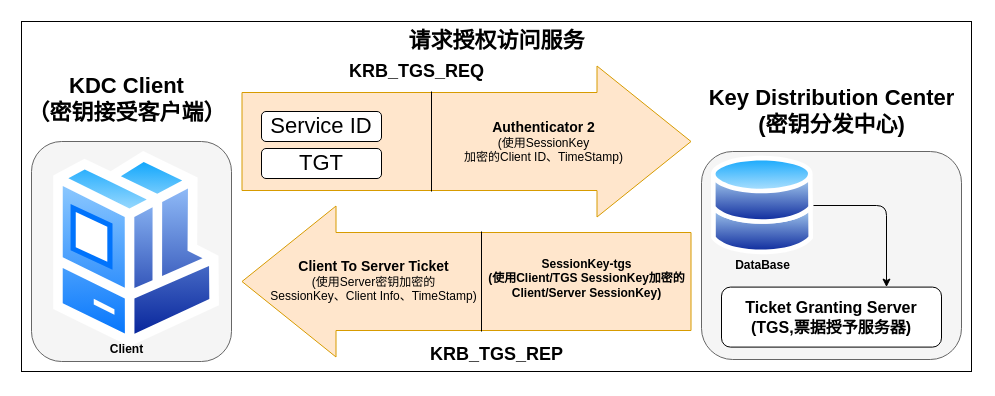
This is assets/img/Integrated/Windows/笔记/认证/10.drawio from ffffffff0x/1earn, a draw.io file, before an edit. Source tidied: cells renumbered, new cells numbered last; positions are measured from the earlier drawing's top-left corner, leaving out a move shared by most shapes. Both pictures are drawn from the tidied source at 100%, with x=0, y=0 at pixel (21, 21).
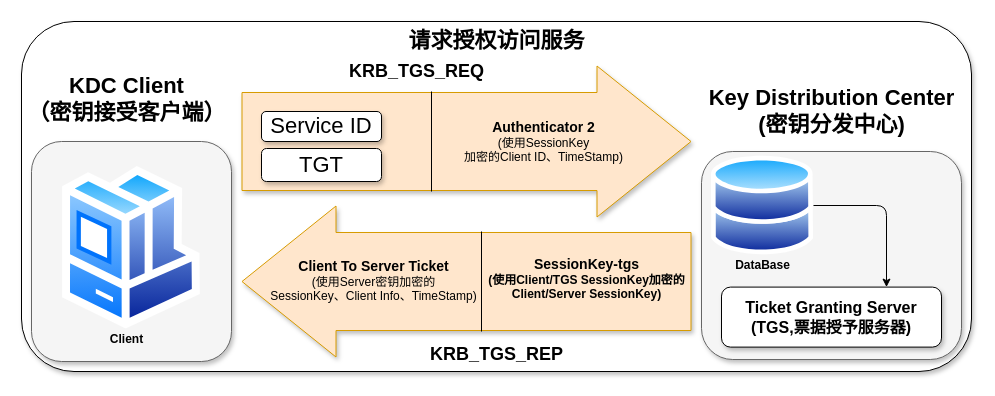
The same page after the edit.

Diff of the diagram source:
```diff
@@
-    <mxCell id="2" style="rounded=0;whiteSpace=wrap;html=1;" parent="1" vertex="1">
+    <mxCell id="2" style="rounded=1;whiteSpace=wrap;html=1;shadow=1;" parent="1" vertex="1">
       <mxGeometry width="950" height="350" as="geometry" />
     </mxCell>
-    <mxCell id="3" style="shape=flexArrow;endArrow=classic;html=1;fontSize=22;endWidth=52;endSize=31;width=98;fillColor=#ffe6cc;strokeColor=#d79b00;" parent="1" edge="1">
+    <mxCell id="3" style="shape=flexArrow;endArrow=classic;html=1;fontSize=22;endWidth=52;endSize=31;width=98;fillColor=#ffe6cc;strokeColor=#d79b00;shadow=1;" parent="1" edge="1">
       <mxGeometry relative="1" as="geometry">
         <mxPoint x="670" y="260" as="sourcePoint" />
         <mxPoint x="220" y="260" as="targetPoint" />
       </mxGeometry>
     </mxCell>
-    <mxCell id="4" style="shape=flexArrow;endArrow=classic;html=1;fontSize=22;endWidth=52;endSize=31;width=98;fillColor=#ffe6cc;strokeColor=#d79b00;" parent="1" edge="1">
+    <mxCell id="4" style="shape=flexArrow;endArrow=classic;html=1;fontSize=22;endWidth=52;endSize=31;width=98;fillColor=#ffe6cc;strokeColor=#d79b00;shadow=1;" parent="1" edge="1">
       <mxGeometry relative="1" as="geometry">
         <mxPoint x="220" y="120" as="sourcePoint" />
         <mxPoint x="670" y="120" as="targetPoint" />
       </mxGeometry>
     </mxCell>
-    <mxCell id="5" style="rounded=1;whiteSpace=wrap;html=1;fontSize=22;fillColor=#f5f5f5;strokeColor=#666666;fontColor=#333333;" parent="1" vertex="1">
+    <mxCell id="5" style="rounded=1;whiteSpace=wrap;html=1;fontSize=22;fillColor=#f5f5f5;strokeColor=#666666;fontColor=#333333;shadow=1;" parent="1" vertex="1">
       <mxGeometry x="680" y="130" width="260" height="208" as="geometry" />
     </mxCell>
-    <mxCell id="6" style="rounded=1;whiteSpace=wrap;html=1;fontSize=22;fillColor=#f5f5f5;strokeColor=#666666;fontColor=#333333;" parent="1" vertex="1">
+    <mxCell id="6" style="rounded=1;whiteSpace=wrap;html=1;fontSize=22;fillColor=#f5f5f5;strokeColor=#666666;fontColor=#333333;shadow=1;" parent="1" vertex="1">
       <mxGeometry x="10" y="120" width="200" height="220" as="geometry" />
     </mxCell>
     <mxCell id="7" style="perimeter=ellipsePerimeter;html=1;align=center;shadow=0;dashed=0;spacingTop=3;image;image=img/lib/active_directory/workstation_client.svg;" parent="1" vertex="1">
-      <mxGeometry x="31.9" y="130" width="166.3" height="195.6" as="geometry" />
+      <mxGeometry x="40.9" y="145" width="138.1" height="162.5" as="geometry" />
     </mxCell>
     <mxCell id="8" value="Client" style="text;html=1;align=center;verticalAlign=middle;fontStyle=1;" parent="1" vertex="1">
-      <mxGeometry x="80" y="318" width="50" height="20" as="geometry" />
+      <mxGeometry x="80" y="307.5" width="50" height="20" as="geometry" />
     </mxCell>
@@
-    <mxCell id="11" value="&lt;b&gt;&lt;font style=&quot;font-size: 14px&quot;&gt;Authenticator 2&lt;/font&gt;&lt;/b&gt;&lt;br&gt;(使用SessionKey&lt;br&gt;加密的Client ID、TimeStamp)" style="text;html=1;align=center;verticalAlign=middle;" parent="1" vertex="1">
+    <mxCell id="11" value="&lt;b&gt;&lt;font style=&quot;font-size: 14px&quot;&gt;Authenticator 2&lt;/font&gt;&lt;/b&gt;&lt;br&gt;(使用SessionKey&lt;br&gt;加密的Client ID、TimeStamp)" style="text;html=1;align=center;verticalAlign=middle;shadow=0;" parent="1" vertex="1">
       <mxGeometry x="437" y="95" width="170" height="50" as="geometry" />
     </mxCell>
-    <mxCell id="12" value="SessionKey-tgs&lt;br&gt;(使用Client/TGS SessionKey加密的&lt;br&gt;Client/Server SessionKey)" style="text;html=1;align=center;verticalAlign=middle;fontStyle=1;" parent="1" vertex="1">
+    <mxCell id="12" value="&lt;font style=&quot;font-size: 14px&quot;&gt;SessionKey-tgs&lt;/font&gt;&lt;br&gt;(使用Client/TGS SessionKey加密的&lt;br&gt;Client/Server SessionKey)" style="text;html=1;align=center;verticalAlign=middle;fontStyle=1;" parent="1" vertex="1">
       <mxGeometry x="460" y="232" width="210" height="50" as="geometry" />
     </mxCell>
@@
-    <mxCell id="16" value="Service ID" style="rounded=1;whiteSpace=wrap;html=1;fontSize=22;" parent="1" vertex="1">
+    <mxCell id="16" value="Service ID" style="rounded=1;whiteSpace=wrap;html=1;fontSize=22;shadow=1;" parent="1" vertex="1">
       <mxGeometry x="240" y="90" width="120" height="30" as="geometry" />
     </mxCell>
-    <mxCell id="17" value="TGT" style="rounded=1;whiteSpace=wrap;html=1;fontSize=22;" parent="1" vertex="1">
-      <mxGeometry x="240" y="127" width="120" height="30" as="geometry" />
+    <mxCell id="17" value="TGT" style="rounded=1;whiteSpace=wrap;html=1;fontSize=22;shadow=1;" parent="1" vertex="1">
+      <mxGeometry x="240" y="127" width="120" height="33" as="geometry" />
     </mxCell>
@@
-    <mxCell id="20" value="Ticket Granting Server&lt;br style=&quot;font-size: 16px;&quot;&gt;(TGS,票据授予服务器)" style="rounded=1;whiteSpace=wrap;html=1;fontSize=16;fontStyle=1;" parent="1" vertex="1">
+    <mxCell id="20" value="Ticket Granting Server&lt;br style=&quot;font-size: 16px;&quot;&gt;(TGS,票据授予服务器)" style="rounded=1;whiteSpace=wrap;html=1;fontSize=16;fontStyle=1;shadow=1;" parent="1" vertex="1">
       <mxGeometry x="700" y="265.6" width="220" height="60" as="geometry" />
     </mxCell>
```
